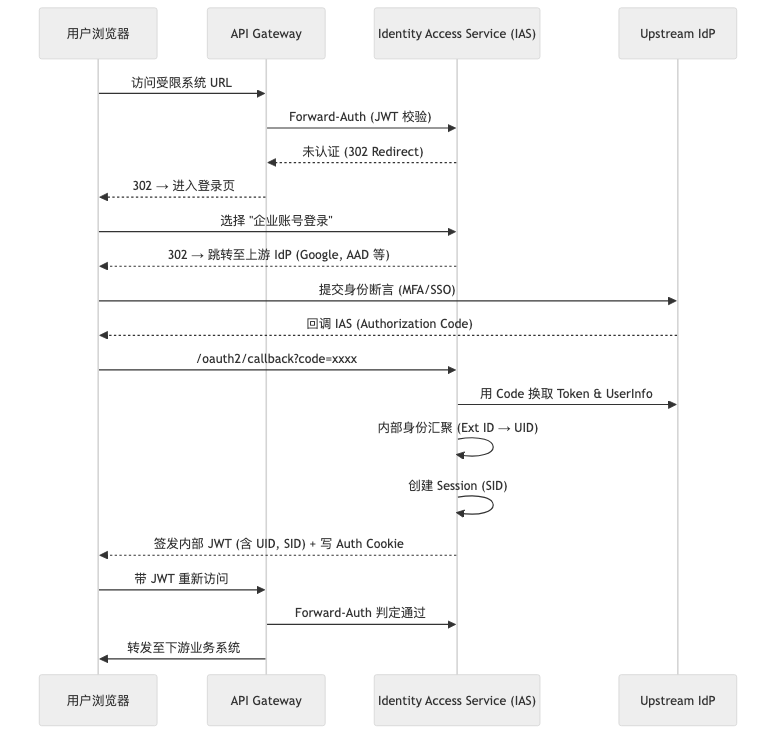
This is wechat-articles/images/iam-architecture/02-federation-login-flow.png from yinghuzhu/yinghuzhu.github.io, a Mermaid export, as it was before one commit. Its source is kept beside it as wechat-articles/images/iam-architecture/02-federation-login-flow.mmd.
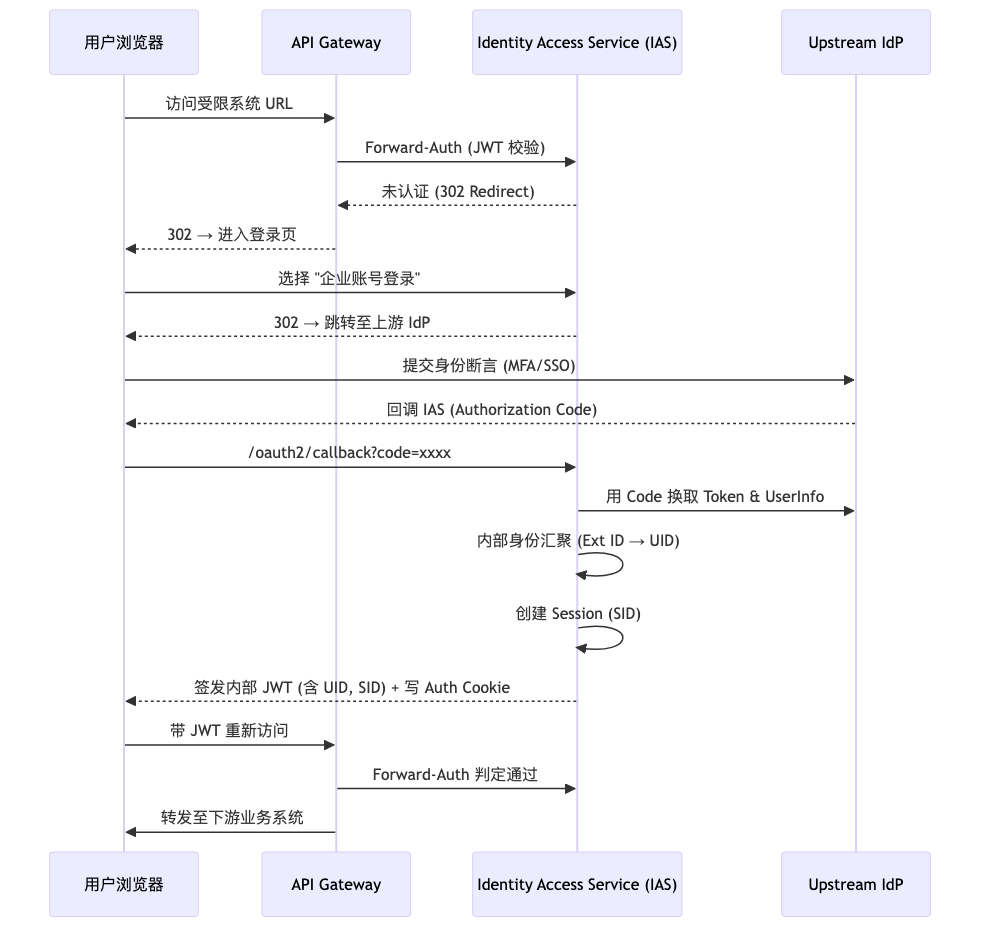
After the change.

Change to the diagram source:
```diff
@@ -9,7 +9,7 @@
     IAS-->>GW: 未认证 (302 Redirect)
     GW-->>Browser: 302 → 进入登录页
     Browser->>IAS: 选择 "企业账号登录"
-    IAS-->>Browser: 302 → 跳转至上游 IdP (Google, AAD 等)
+    IAS-->>Browser: 302 → 跳转至上游 IdP
     Browser->>IdP: 提交身份断言 (MFA/SSO)
     IdP-->>Browser: 回调 IAS (Authorization Code)
     Browser->>IAS: /oauth2/callback?code=xxxx
```
